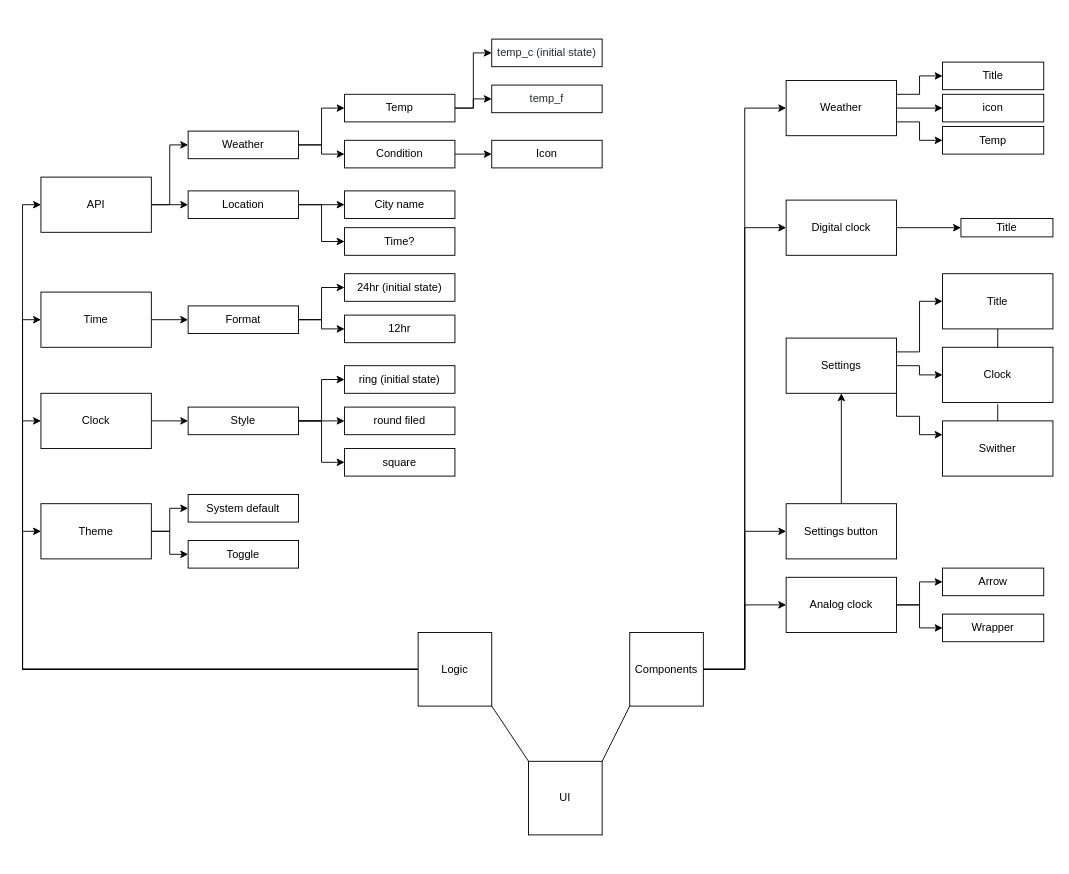
The draw.io diagram draw.io/react-clock.drawio in daniknewgarden/react-clock, before the edit. Source tidied: cells renumbered, new cells numbered last; positions are measured from the earlier drawing's top-left corner, leaving out a move shared by most shapes. Both pictures are drawn from the tidied source at 92%, with x=0, y=0 at pixel (22, 39).
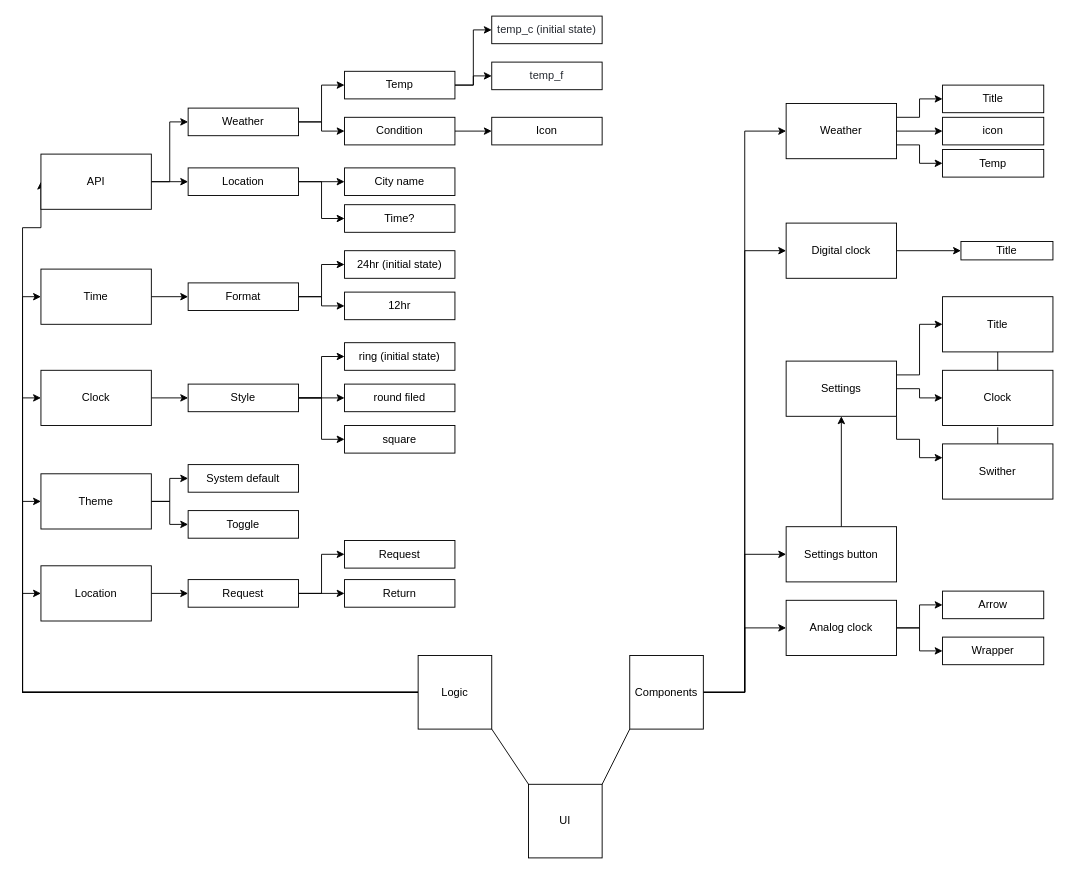
Above is the later version.

Diff of the diagram source:
```diff
@@
     <mxCell id="2" value="UI" style="whiteSpace=wrap;html=1;" parent="1" vertex="1">
-      <mxGeometry x="550" y="785" width="80" height="80" as="geometry" />
+      <mxGeometry x="550" y="810" width="80" height="80" as="geometry" />
     </mxCell>
     <mxCell id="3" style="edgeStyle=orthogonalEdgeStyle;rounded=0;jettySize=auto;html=1;entryX=0;entryY=0.5;entryDx=0;entryDy=0;" parent="1" edge="1" source="7" target="43">
       <mxGeometry relative="1" as="geometry">
         <Array as="points">
-          <mxPoint y="685" />
-          <mxPoint y="180" />
+          <mxPoint y="710" />
+          <mxPoint y="205" />
         </Array>
       </mxGeometry>
     </mxCell>
@@
+    <mxCell id="81" style="edgeStyle=orthogonalEdgeStyle;rounded=0;jettySize=auto;html=1;exitX=0;exitY=0.5;exitDx=0;exitDy=0;entryX=0;entryY=0.5;entryDx=0;entryDy=0;" parent="1" edge="1" source="7" target="85">
+      <mxGeometry relative="1" as="geometry" />
+    </mxCell>
     <mxCell id="7" value="Logic" style="whiteSpace=wrap;html=1;" parent="1" vertex="1">
-      <mxGeometry x="430" y="645" width="80" height="80" as="geometry" />
+      <mxGeometry x="430" y="670" width="80" height="80" as="geometry" />
     </mxCell>
@@
     <mxCell id="13" value="Components" style="whiteSpace=wrap;html=1;" parent="1" vertex="1">
-      <mxGeometry x="660" y="645" width="80" height="80" as="geometry" />
+      <mxGeometry x="660" y="670" width="80" height="80" as="geometry" />
     </mxCell>
@@
     <mxCell id="18" value="Weather" style="rounded=0;whiteSpace=wrap;html=1;" parent="1" vertex="1">
-      <mxGeometry x="830" y="45" width="120" height="60" as="geometry" />
+      <mxGeometry x="830" y="70" width="120" height="60" as="geometry" />
     </mxCell>
@@
     <mxCell id="21" value="Analog clock" style="rounded=0;whiteSpace=wrap;html=1;" parent="1" vertex="1">
-      <mxGeometry x="830" y="585" width="120" height="60" as="geometry" />
+      <mxGeometry x="830" y="610" width="120" height="60" as="geometry" />
     </mxCell>
@@
     <mxCell id="23" value="Digital clock" style="rounded=0;whiteSpace=wrap;html=1;" parent="1" vertex="1">
-      <mxGeometry x="830" y="175" width="120" height="60" as="geometry" />
+      <mxGeometry x="830" y="200" width="120" height="60" as="geometry" />
     </mxCell>
@@
     <mxCell id="25" value="Settings button" style="rounded=0;whiteSpace=wrap;html=1;" parent="1" vertex="1">
-      <mxGeometry x="830" y="505" width="120" height="60" as="geometry" />
+      <mxGeometry x="830" y="530" width="120" height="60" as="geometry" />
     </mxCell>
@@
     <mxCell id="28" style="edgeStyle=orthogonalEdgeStyle;rounded=0;jettySize=auto;html=1;exitX=1;exitY=1;exitDx=0;exitDy=0;entryX=0;entryY=0.25;entryDx=0;entryDy=0;" parent="1" edge="1" source="29" target="32">
       <mxGeometry relative="1" as="geometry">
         <Array as="points">
-          <mxPoint x="950" y="410" />
-          <mxPoint x="975" y="410" />
-          <mxPoint x="975" y="430" />
+          <mxPoint x="950" y="435" />
+          <mxPoint x="975" y="435" />
+          <mxPoint x="975" y="455" />
         </Array>
       </mxGeometry>
     </mxCell>
     <mxCell id="29" value="Settings" style="rounded=0;whiteSpace=wrap;html=1;" parent="1" vertex="1">
-      <mxGeometry x="830" y="325" width="120" height="60" as="geometry" />
+      <mxGeometry x="830" y="350" width="120" height="60" as="geometry" />
     </mxCell>
     <mxCell id="30" value="Title" style="rounded=0;whiteSpace=wrap;html=1;" parent="1" vertex="1">
-      <mxGeometry x="1000" y="255" width="120" height="60" as="geometry" />
+      <mxGeometry x="1000" y="280" width="120" height="60" as="geometry" />
     </mxCell>
     <mxCell id="31" value="Clock" style="rounded=0;whiteSpace=wrap;html=1;" parent="1" vertex="1">
-      <mxGeometry x="1000" y="335" width="120" height="60" as="geometry" />
+      <mxGeometry x="1000" y="360" width="120" height="60" as="geometry" />
     </mxCell>
     <mxCell id="32" value="Swither" style="rounded=0;whiteSpace=wrap;html=1;" parent="1" vertex="1">
-      <mxGeometry x="1000" y="415" width="120" height="60" as="geometry" />
+      <mxGeometry x="1000" y="440" width="120" height="60" as="geometry" />
     </mxCell>
     <mxCell id="33" style="endArrow=none;html=1;entryX=0.5;entryY=0;entryDx=0;entryDy=0;" parent="1" edge="1" target="32">
       <mxGeometry relative="1" as="geometry">
-        <mxPoint x="1060" y="397" as="sourcePoint" />
+        <mxPoint x="1060" y="422" as="sourcePoint" />
       </mxGeometry>
     </mxCell>
@@
     <mxCell id="35" value="Arrow" style="rounded=0;whiteSpace=wrap;html=1;" parent="1" vertex="1">
-      <mxGeometry x="1000" y="575" width="110" height="30" as="geometry" />
+      <mxGeometry x="1000" y="600" width="110" height="30" as="geometry" />
     </mxCell>
     <mxCell id="36" value="Wrapper" style="rounded=0;whiteSpace=wrap;html=1;" parent="1" vertex="1">
-      <mxGeometry x="1000" y="625" width="110" height="30" as="geometry" />
+      <mxGeometry x="1000" y="650" width="110" height="30" as="geometry" />
     </mxCell>
     <mxCell id="37" value="Title" style="rounded=0;whiteSpace=wrap;html=1;" parent="1" vertex="1">
-      <mxGeometry x="1000" y="25" width="110" height="30" as="geometry" />
+      <mxGeometry x="1000" y="50" width="110" height="30" as="geometry" />
     </mxCell>
     <mxCell id="38" value="icon" style="rounded=0;whiteSpace=wrap;html=1;" parent="1" vertex="1">
-      <mxGeometry x="1000" y="60" width="110" height="30" as="geometry" />
+      <mxGeometry x="1000" y="85" width="110" height="30" as="geometry" />
     </mxCell>
     <mxCell id="39" value="Temp" style="rounded=0;whiteSpace=wrap;html=1;" parent="1" vertex="1">
-      <mxGeometry x="1000" y="95" width="110" height="30" as="geometry" />
+      <mxGeometry x="1000" y="120" width="110" height="30" as="geometry" />
     </mxCell>
     <mxCell id="40" value="Title" style="rounded=0;whiteSpace=wrap;html=1;" parent="1" vertex="1">
-      <mxGeometry x="1020" y="195" width="100" height="20" as="geometry" />
+      <mxGeometry x="1020" y="220" width="100" height="20" as="geometry" />
     </mxCell>
@@
     <mxCell id="43" value="API" style="rounded=0;whiteSpace=wrap;html=1;" parent="1" vertex="1">
-      <mxGeometry x="20" y="150" width="120" height="60" as="geometry" />
+      <mxGeometry x="20" y="125" width="120" height="60" as="geometry" />
     </mxCell>
@@
     <mxCell id="46" value="Weather" style="rounded=0;whiteSpace=wrap;html=1;" parent="1" vertex="1">
-      <mxGeometry x="180" y="100" width="120" height="30" as="geometry" />
+      <mxGeometry x="180" y="75" width="120" height="30" as="geometry" />
     </mxCell>
@@
     <mxCell id="49" value="Temp" style="rounded=0;whiteSpace=wrap;html=1;" parent="1" vertex="1">
-      <mxGeometry x="350" y="60" width="120" height="30" as="geometry" />
+      <mxGeometry x="350" y="35" width="120" height="30" as="geometry" />
     </mxCell>
@@
     <mxCell id="52" value="Location" style="rounded=0;whiteSpace=wrap;html=1;" parent="1" vertex="1">
-      <mxGeometry x="180" y="165" width="120" height="30" as="geometry" />
+      <mxGeometry x="180" y="140" width="120" height="30" as="geometry" />
     </mxCell>
     <mxCell id="53" value="&lt;span style=&quot;color: rgb(37 , 41 , 48) ; font-family: &amp;#34;poppins&amp;#34; , sans-serif ; text-align: left ; background-color: rgb(255 , 255 , 255)&quot;&gt;&lt;font style=&quot;font-size: 12px&quot;&gt;temp_c (initial state)&lt;/font&gt;&lt;/span&gt;" style="rounded=0;whiteSpace=wrap;html=1;" parent="1" vertex="1">
-      <mxGeometry x="510" width="120" height="30" as="geometry" />
+      <mxGeometry x="510" y="-25" width="120" height="30" as="geometry" />
     </mxCell>
     <mxCell id="54" value="&lt;span style=&quot;color: rgb(37 , 41 , 48) ; font-family: &amp;#34;poppins&amp;#34; , sans-serif ; text-align: left ; background-color: rgb(255 , 255 , 255)&quot;&gt;&lt;font style=&quot;font-size: 12px&quot;&gt;temp_f&lt;/font&gt;&lt;/span&gt;" style="rounded=0;whiteSpace=wrap;html=1;" parent="1" vertex="1">
-      <mxGeometry x="510" y="50" width="120" height="30" as="geometry" />
+      <mxGeometry x="510" y="25" width="120" height="30" as="geometry" />
     </mxCell>
     <mxCell id="55" value="City name" style="rounded=0;whiteSpace=wrap;html=1;" parent="1" vertex="1">
-      <mxGeometry x="350" y="165" width="120" height="30" as="geometry" />
+      <mxGeometry x="350" y="140" width="120" height="30" as="geometry" />
     </mxCell>
     <mxCell id="56" value="Time?" style="rounded=0;whiteSpace=wrap;html=1;" parent="1" vertex="1">
-      <mxGeometry x="350" y="205" width="120" height="30" as="geometry" />
+      <mxGeometry x="350" y="180" width="120" height="30" as="geometry" />
     </mxCell>
@@
     <mxCell id="58" value="Condition" style="rounded=0;whiteSpace=wrap;html=1;" parent="1" vertex="1">
-      <mxGeometry x="350" y="110" width="120" height="30" as="geometry" />
+      <mxGeometry x="350" y="85" width="120" height="30" as="geometry" />
     </mxCell>
     <mxCell id="59" value="Icon" style="rounded=0;whiteSpace=wrap;html=1;" parent="1" vertex="1">
-      <mxGeometry x="510" y="110" width="120" height="30" as="geometry" />
+      <mxGeometry x="510" y="85" width="120" height="30" as="geometry" />
     </mxCell>
@@
     <mxCell id="61" value="Time" style="rounded=0;whiteSpace=wrap;html=1;" parent="1" vertex="1">
-      <mxGeometry x="20" y="275" width="120" height="60" as="geometry" />
+      <mxGeometry x="20" y="250" width="120" height="60" as="geometry" />
     </mxCell>
@@
     <mxCell id="64" value="Format" style="rounded=0;whiteSpace=wrap;html=1;" parent="1" vertex="1">
-      <mxGeometry x="180" y="290" width="120" height="30" as="geometry" />
+      <mxGeometry x="180" y="265" width="120" height="30" as="geometry" />
     </mxCell>
     <mxCell id="65" value="24hr (initial state)" style="rounded=0;whiteSpace=wrap;html=1;" parent="1" vertex="1">
-      <mxGeometry x="350" y="255" width="120" height="30" as="geometry" />
+      <mxGeometry x="350" y="230" width="120" height="30" as="geometry" />
     </mxCell>
     <mxCell id="66" value="12hr" style="rounded=0;whiteSpace=wrap;html=1;" parent="1" vertex="1">
-      <mxGeometry x="350" y="300" width="120" height="30" as="geometry" />
+      <mxGeometry x="350" y="275" width="120" height="30" as="geometry" />
     </mxCell>
@@
     <mxCell id="68" value="Clock" style="rounded=0;whiteSpace=wrap;html=1;" parent="1" vertex="1">
-      <mxGeometry x="20" y="385" width="120" height="60" as="geometry" />
+      <mxGeometry x="20" y="360" width="120" height="60" as="geometry" />
     </mxCell>
     <mxCell id="69" style="edgeStyle=orthogonalEdgeStyle;rounded=0;jettySize=auto;html=1;entryX=0;entryY=0.5;entryDx=0;entryDy=0;" parent="1" edge="1" source="72" target="74">
       <mxGeometry relative="1" as="geometry">
         <Array as="points">
-          <mxPoint x="350" y="415" />
-          <mxPoint x="350" y="415" />
+          <mxPoint x="350" y="390" />
+          <mxPoint x="350" y="390" />
         </Array>
       </mxGeometry>
     </mxCell>
@@
     <mxCell id="72" value="Style" style="rounded=0;whiteSpace=wrap;html=1;" parent="1" vertex="1">
-      <mxGeometry x="180" y="400" width="120" height="30" as="geometry" />
+      <mxGeometry x="180" y="375" width="120" height="30" as="geometry" />
     </mxCell>
     <mxCell id="73" value="ring (initial state)" style="rounded=0;whiteSpace=wrap;html=1;" parent="1" vertex="1">
-      <mxGeometry x="350" y="355" width="120" height="30" as="geometry" />
+      <mxGeometry x="350" y="330" width="120" height="30" as="geometry" />
     </mxCell>
     <mxCell id="74" value="round filed" style="rounded=0;whiteSpace=wrap;html=1;" parent="1" vertex="1">
-      <mxGeometry x="350" y="400" width="120" height="30" as="geometry" />
+      <mxGeometry x="350" y="375" width="120" height="30" as="geometry" />
     </mxCell>
     <mxCell id="75" value="square" style="rounded=0;whiteSpace=wrap;html=1;" parent="1" vertex="1">
-      <mxGeometry x="350" y="445" width="120" height="30" as="geometry" />
+      <mxGeometry x="350" y="420" width="120" height="30" as="geometry" />
     </mxCell>
@@
-    <mxCell id="77" style="edgeStyle=orthogonalEdgeStyle;rounded=0;jettySize=auto;html=1;entryX=0;entryY=0.5;entryDx=0;entryDy=0;" parent="1" edge="1" source="78" target="80">
-      <mxGeometry relative="1" as="geometry" />
-    </mxCell>
-    <mxCell id="78" value="Theme" style="rounded=0;whiteSpace=wrap;html=1;" parent="1" vertex="1">
-      <mxGeometry x="20" y="505" width="120" height="60" as="geometry" />
+    <mxCell id="78" value="Location" style="rounded=0;whiteSpace=wrap;html=1;" parent="1" vertex="1">
+      <mxGeometry x="20" y="572.5" width="120" height="60" as="geometry" />
     </mxCell>
+    <mxCell id="82" style="edgeStyle=orthogonalEdgeStyle;rounded=0;jettySize=auto;html=1;entryX=0;entryY=0.5;entryDx=0;entryDy=0;" parent="1" edge="1" source="79" target="87">
+      <mxGeometry relative="1" as="geometry" />
+    </mxCell>
-    <mxCell id="79" value="System default" style="rounded=0;whiteSpace=wrap;html=1;" parent="1" vertex="1">
-      <mxGeometry x="180" y="495" width="120" height="30" as="geometry" />
+    <mxCell id="79" value="Request" style="rounded=0;whiteSpace=wrap;html=1;" parent="1" vertex="1">
+      <mxGeometry x="180" y="587.5" width="120" height="30" as="geometry" />
     </mxCell>
+    <mxCell id="83" style="edgeStyle=orthogonalEdgeStyle;rounded=0;jettySize=auto;html=1;entryX=0;entryY=0.5;entryDx=0;entryDy=0;" parent="1" edge="1" source="85" target="86">
+      <mxGeometry relative="1" as="geometry" />
+    </mxCell>
+    <mxCell id="84" style="edgeStyle=orthogonalEdgeStyle;rounded=0;jettySize=auto;html=1;entryX=0;entryY=0.5;entryDx=0;entryDy=0;" parent="1" edge="1" source="85" target="80">
+      <mxGeometry relative="1" as="geometry" />
+    </mxCell>
+    <mxCell id="85" value="Theme" style="rounded=0;whiteSpace=wrap;html=1;" parent="1" vertex="1">
+      <mxGeometry x="20" y="472.5" width="120" height="60" as="geometry" />
+    </mxCell>
+    <mxCell id="86" value="System default" style="rounded=0;whiteSpace=wrap;html=1;" parent="1" vertex="1">
+      <mxGeometry x="180" y="462.5" width="120" height="30" as="geometry" />
+    </mxCell>
     <mxCell id="80" value="Toggle" style="rounded=0;whiteSpace=wrap;html=1;" parent="1" vertex="1">
-      <mxGeometry x="180" y="545" width="120" height="30" as="geometry" />
+      <mxGeometry x="180" y="512.5" width="120" height="30" as="geometry" />
     </mxCell>
+    <mxCell id="87" value="Request" style="rounded=0;whiteSpace=wrap;html=1;" parent="1" vertex="1">
+      <mxGeometry x="350" y="545" width="120" height="30" as="geometry" />
+    </mxCell>
+    <mxCell id="88" value="Return" style="rounded=0;whiteSpace=wrap;html=1;" parent="1" vertex="1">
+      <mxGeometry x="350" y="587.5" width="120" height="30" as="geometry" />
+    </mxCell>
+    <mxCell id="89" style="edgeStyle=orthogonalEdgeStyle;rounded=0;jettySize=auto;html=1;" parent="1" edge="1" source="79" target="88">
+      <mxGeometry relative="1" as="geometry" />
+    </mxCell>
```
